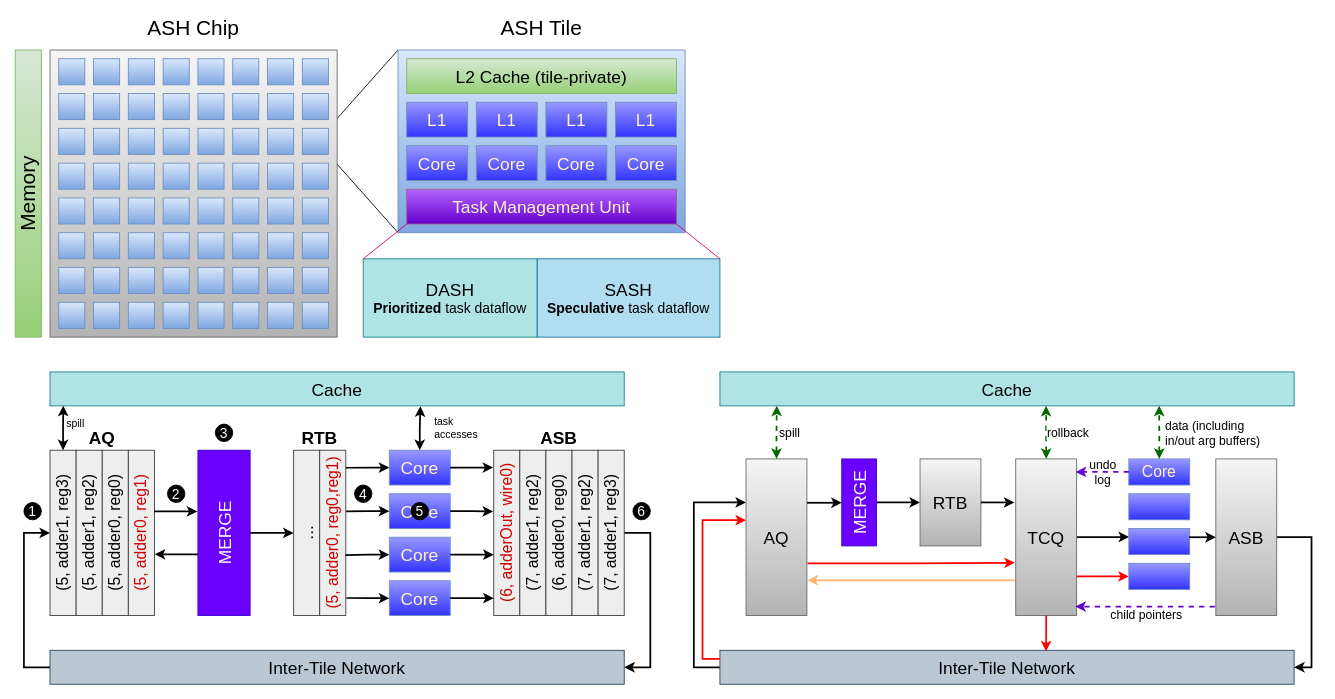
The draw.io diagram verilator_digrams/专用硬件2_11.drawio in Dercury/CLDK, before the edit. Source tidied: cells renumbered, new cells numbered last; positions are measured from the earlier drawing's top-left corner, leaving out a move shared by most shapes. Both pictures are drawn from the tidied source at 87%, with x=0, y=0 at pixel (15, 15).
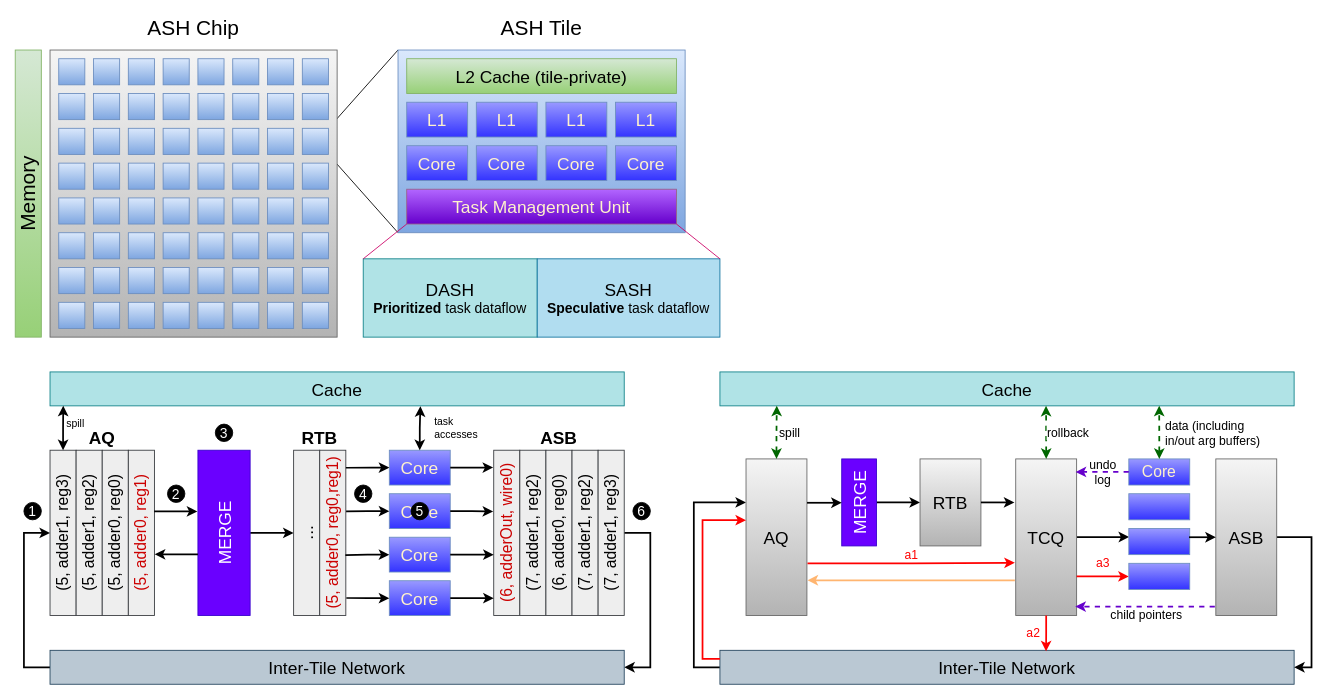
The same diagram, later.

Commit message (it also covers changes not shown here):
更新专用硬件2_11.drawio

Unchanged cells that the change refers to:
```xml
<mxCell id="2" style="group;" parent="1" vertex="1">
  <mxGeometry x="780" y="410" width="710" height="359" as="geometry" />
</mxCell>
<mxCell id="5" value="&lt;span style=&quot;font-size: 20px;&quot;&gt;Inter-Tile Network&lt;/span&gt;" style="rounded=0;whiteSpace=wrap;html=1;fillColor=#bac8d3;strokeColor=#23445d;" parent="2" vertex="1">
  <mxGeometry x="30" y="320" width="660" height="39" as="geometry" />
</mxCell>
<mxCell id="8" value="AQ" style="rounded=0;whiteSpace=wrap;html=1;horizontal=1;fontSize=20;fillColor=#f5f5f5;strokeColor=#666666;gradientColor=#b3b3b3;fontStyle=0;" parent="2" vertex="1">
  <mxGeometry x="60" y="100" width="70" height="180" as="geometry" />
</mxCell>
<mxCell id="11" value="TCQ" style="rounded=0;whiteSpace=wrap;html=1;horizontal=1;fontSize=20;fillColor=#f5f5f5;strokeColor=#666666;gradientColor=#b3b3b3;fontStyle=0;" parent="2" vertex="1">
  <mxGeometry x="370" y="100" width="70" height="180" as="geometry" />
</mxCell>
<mxCell id="18" style="rounded=0;whiteSpace=wrap;html=1;fillColor=#9999FF;gradientColor=#3333FF;strokeColor=#6c8ebf;fontSize=18;fontColor=#FFF2CC;" parent="2" vertex="1">
  <mxGeometry x="500" y="220" width="70" height="30" as="geometry" />
</mxCell>
```

Diff of the diagram source:
```diff
@@
-    <mxCell id="17" style="edgeStyle=orthogonalEdgeStyle;rounded=0;jettySize=auto;html=1;exitX=0;exitY=0.5;exitDx=0;exitDy=0;entryX=1;entryY=0.75;entryDx=0;entryDy=0;startArrow=classic;startFill=1;endArrow=none;endFill=0;strokeWidth=2;strokeColor=#FF0000;" parent="2" edge="1" source="18" target="11">
-      <mxGeometry relative="1" as="geometry" />
+    <mxCell id="17" value="a3" style="edgeStyle=orthogonalEdgeStyle;rounded=0;jettySize=auto;html=1;exitX=0;exitY=0.5;exitDx=0;exitDy=0;entryX=1;entryY=0.75;entryDx=0;entryDy=0;startArrow=classic;startFill=1;endArrow=none;endFill=0;strokeWidth=2;strokeColor=#FF0000;fontColor=#FF0000;fontSize=14;" parent="2" edge="1" source="18" target="11">
+      <mxGeometry y="-15" relative="1" as="geometry" />
     </mxCell>
@@
-    <mxCell id="19" style="edgeStyle=orthogonalEdgeStyle;rounded=0;jettySize=auto;html=1;exitX=0.5;exitY=1;exitDx=0;exitDy=0;entryX=0.568;entryY=0.031;entryDx=0;entryDy=0;entryPerimeter=0;strokeWidth=2;strokeColor=#FF0000;" parent="2" edge="1" source="11" target="5">
-      <mxGeometry relative="1" as="geometry" />
+    <mxCell id="19" value="a2" style="edgeStyle=orthogonalEdgeStyle;rounded=0;jettySize=auto;html=1;exitX=0.5;exitY=1;exitDx=0;exitDy=0;entryX=0.568;entryY=0.031;entryDx=0;entryDy=0;entryPerimeter=0;strokeWidth=2;strokeColor=#FF0000;fontSize=14;fontColor=#FF0000;" parent="2" edge="1" source="11" target="5">
+      <mxGeometry x="-0.03" y="-15" relative="1" as="geometry" />
     </mxCell>
-    <mxCell id="20" style="edgeStyle=orthogonalEdgeStyle;rounded=0;jettySize=auto;html=1;exitX=1.01;exitY=0.667;exitDx=0;exitDy=0;entryX=-0.014;entryY=0.663;entryDx=0;entryDy=0;entryPerimeter=0;exitPerimeter=0;strokeWidth=2;strokeColor=#FF0000;" parent="2" edge="1" source="8" target="11">
-      <mxGeometry relative="1" as="geometry" />
+    <mxCell id="20" value="a1" style="edgeStyle=orthogonalEdgeStyle;rounded=0;jettySize=auto;html=1;exitX=1.01;exitY=0.667;exitDx=0;exitDy=0;entryX=-0.014;entryY=0.663;entryDx=0;entryDy=0;entryPerimeter=0;exitPerimeter=0;strokeWidth=2;strokeColor=#FF0000;fontSize=14;fontColor=#FF0000;" parent="2" edge="1" source="8" target="11">
+      <mxGeometry y="9" relative="1" as="geometry" />
     </mxCell>
```
